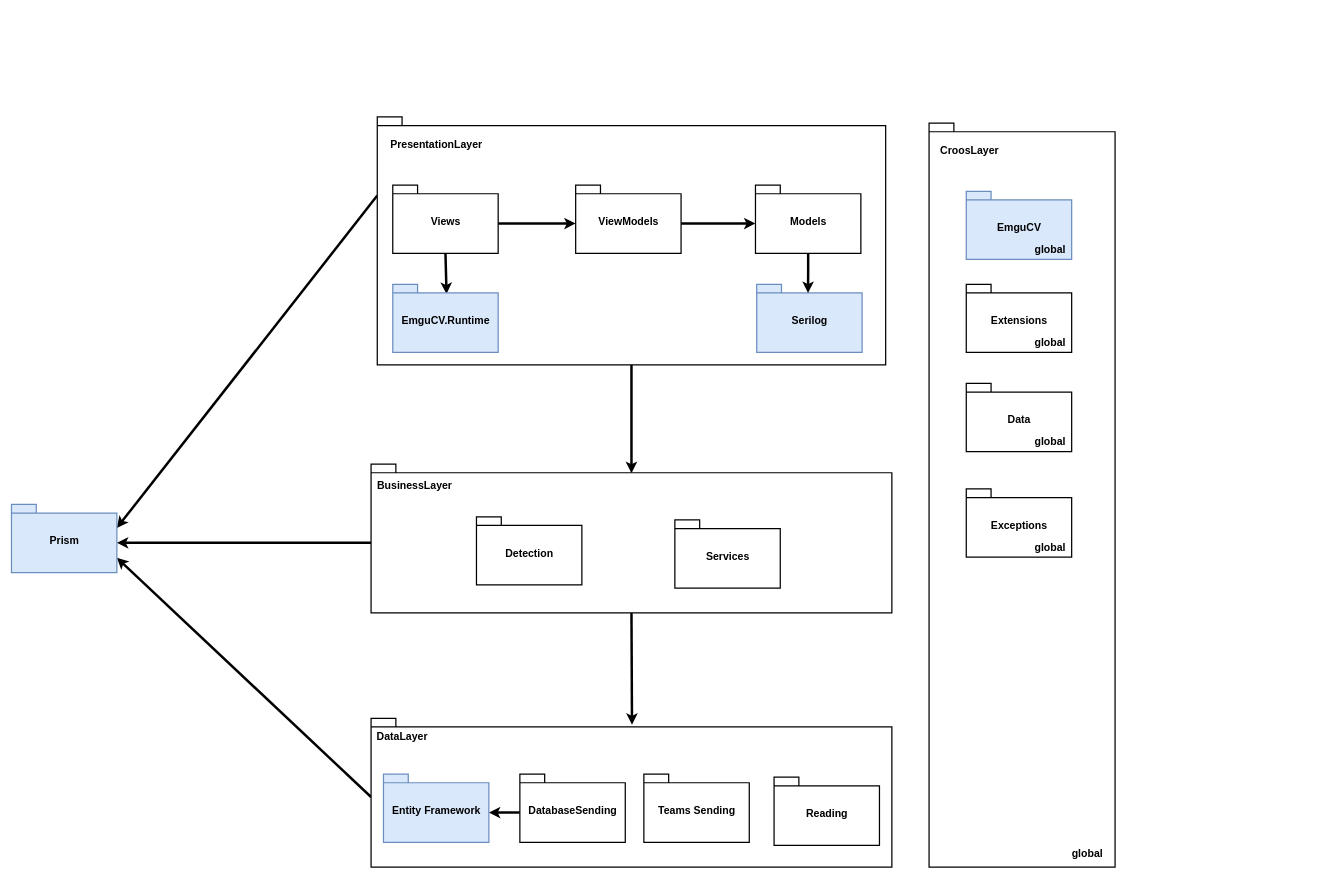
Before: page "Packets" (1 of 12) of Engineering/Packets.drawio in GoldGreen/Skeletonization, a draw.io diagram. Source tidied: cells renumbered, new cells numbered last; positions are measured from the earlier drawing's top-left corner, leaving out a move shared by most shapes. Both pictures are drawn from the tidied source at 62%, with x=0, y=0 at pixel (11, 117).
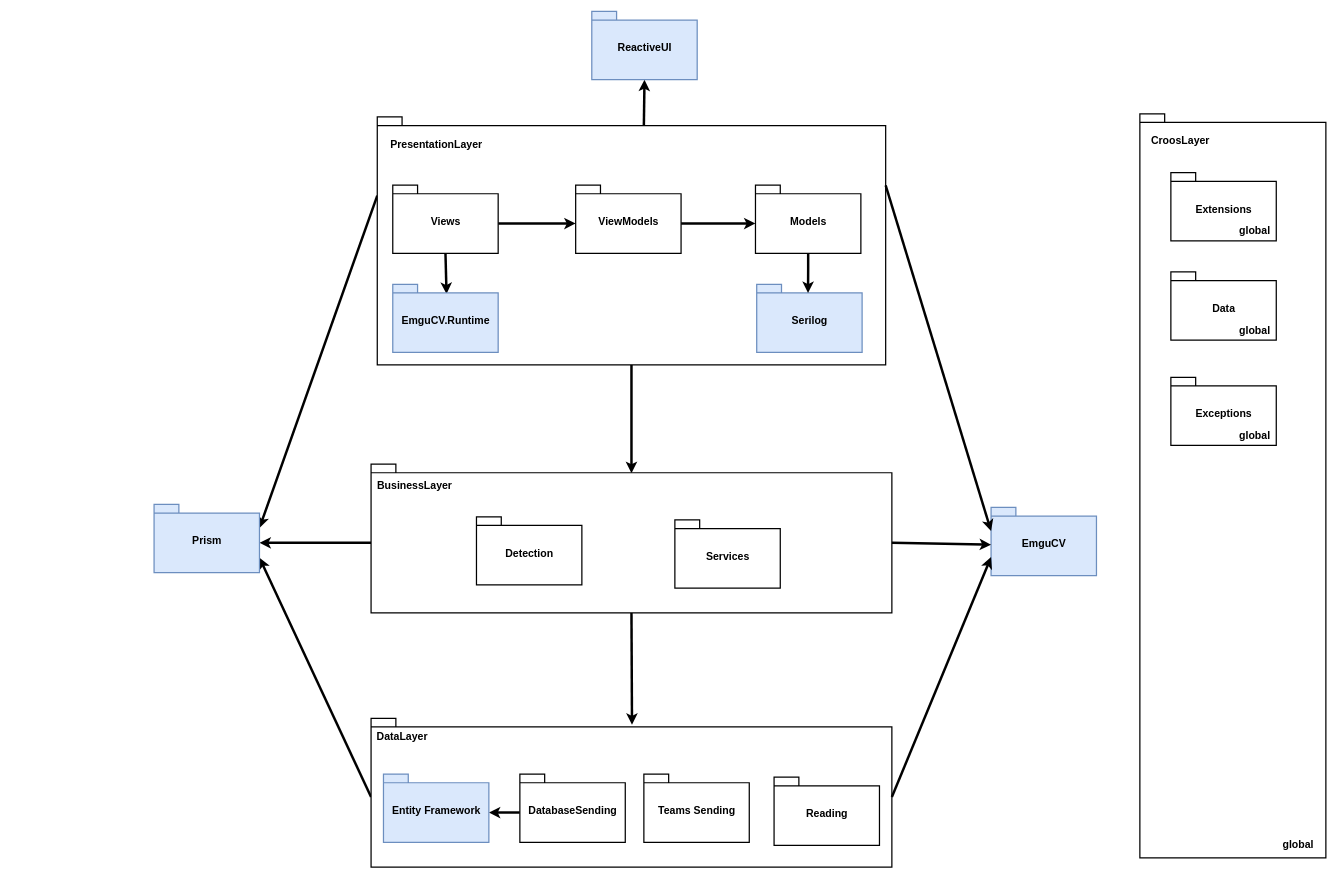
The same diagram, later.

Unchanged cells that the change refers to:
```xml
<mxCell id="4" style="shape=folder;fontStyle=1;spacingTop=10;tabWidth=40;tabHeight=14;tabPosition=left;html=1;fontSize=17;fillColor=#FFFFFF;strokeWidth=2;" parent="1" vertex="1">
  <mxGeometry x="590" width="820" height="400" as="geometry" />
</mxCell>
<mxCell id="8" style="shape=folder;fontStyle=1;spacingTop=10;tabWidth=40;tabHeight=14;tabPosition=left;html=1;fontSize=17;fillColor=#FFFFFF;strokeWidth=2;" parent="1" vertex="1">
  <mxGeometry x="580" y="560" width="840" height="240" as="geometry" />
</mxCell>
<mxCell id="11" style="shape=folder;fontStyle=1;spacingTop=10;tabWidth=40;tabHeight=14;tabPosition=left;html=1;fontSize=17;fillColor=#FFFFFF;strokeWidth=2;" parent="1" vertex="1">
  <mxGeometry x="580" y="970" width="840" height="240" as="geometry" />
</mxCell>
```

The edit, as a diff of the source:
```diff
@@
     <mxCell id="13" style="shape=folder;fontStyle=1;spacingTop=10;tabWidth=40;tabHeight=14;tabPosition=left;html=1;fontSize=17;fillColor=#FFFFFF;strokeWidth=2;" parent="1" vertex="1">
-      <mxGeometry x="1480" y="10" width="300" height="1200" as="geometry" />
+      <mxGeometry x="1820" y="-5" width="300" height="1200" as="geometry" />
     </mxCell>
     <mxCell id="14" value="CroosLayer" style="text;html=1;align=center;verticalAlign=middle;strokeColor=none;fillColor=none;fontSize=17;fontStyle=1;strokeWidth=2;" parent="1" vertex="1">
-      <mxGeometry x="1490" y="40" width="110" height="30" as="geometry" />
+      <mxGeometry x="1830" y="25" width="110" height="30" as="geometry" />
     </mxCell>
@@
     <mxCell id="27" value="Prism" style="shape=folder;fontStyle=1;spacingTop=10;tabWidth=40;tabHeight=14;tabPosition=left;html=1;fontSize=17;fillColor=#dae8fc;strokeWidth=2;strokeColor=#6c8ebf;" parent="1" vertex="1">
-      <mxGeometry y="625" width="170" height="110" as="geometry" />
+      <mxGeometry x="230" y="625" width="170" height="110" as="geometry" />
     </mxCell>
     <mxCell id="28" value="global" style="text;html=1;align=center;verticalAlign=middle;strokeColor=none;fillColor=none;fontSize=17;fontStyle=1;strokeWidth=2;" parent="1" vertex="1">
-      <mxGeometry x="1700" y="1175" width="70" height="30" as="geometry" />
+      <mxGeometry x="2040" y="1160" width="70" height="30" as="geometry" />
     </mxCell>
@@
     <mxCell id="30" value="EmguCV" style="shape=folder;fontStyle=1;spacingTop=10;tabWidth=40;tabHeight=14;tabPosition=left;html=1;fontSize=17;fillColor=#dae8fc;strokeWidth=2;strokeColor=#6c8ebf;" parent="1" vertex="1">
-      <mxGeometry x="1540" y="120" width="170" height="110" as="geometry" />
+      <mxGeometry x="1580" y="630" width="170" height="110" as="geometry" />
     </mxCell>
     <mxCell id="31" value="Extensions" style="shape=folder;fontStyle=1;spacingTop=10;tabWidth=40;tabHeight=14;tabPosition=left;html=1;fontSize=17;strokeWidth=2;" parent="1" vertex="1">
-      <mxGeometry x="1540" y="270" width="170" height="110" as="geometry" />
+      <mxGeometry x="1870" y="90" width="170" height="110" as="geometry" />
     </mxCell>
     <mxCell id="32" value="Data" style="shape=folder;fontStyle=1;spacingTop=10;tabWidth=40;tabHeight=14;tabPosition=left;html=1;fontSize=17;strokeWidth=2;" parent="1" vertex="1">
-      <mxGeometry x="1540" y="430" width="170" height="110" as="geometry" />
+      <mxGeometry x="1870" y="250" width="170" height="110" as="geometry" />
     </mxCell>
     <mxCell id="33" value="Exceptions" style="shape=folder;fontStyle=1;spacingTop=10;tabWidth=40;tabHeight=14;tabPosition=left;html=1;fontSize=17;strokeWidth=2;" parent="1" vertex="1">
-      <mxGeometry x="1540" y="600" width="170" height="110" as="geometry" />
+      <mxGeometry x="1870" y="420" width="170" height="110" as="geometry" />
     </mxCell>
@@
     <mxCell id="35" value="global" style="text;html=1;align=center;verticalAlign=middle;strokeColor=none;fillColor=none;fontSize=17;fontStyle=1;strokeWidth=2;" parent="1" vertex="1">
-      <mxGeometry x="1640" y="680" width="70" height="30" as="geometry" />
+      <mxGeometry x="1970" y="500" width="70" height="30" as="geometry" />
     </mxCell>
     <mxCell id="36" value="global" style="text;html=1;align=center;verticalAlign=middle;strokeColor=none;fillColor=none;fontSize=17;fontStyle=1;strokeWidth=2;" parent="1" vertex="1">
-      <mxGeometry x="1640" y="510" width="70" height="30" as="geometry" />
+      <mxGeometry x="1970" y="330" width="70" height="30" as="geometry" />
     </mxCell>
     <mxCell id="37" value="global" style="text;html=1;align=center;verticalAlign=middle;strokeColor=none;fillColor=none;fontSize=17;fontStyle=1;strokeWidth=2;" parent="1" vertex="1">
-      <mxGeometry x="1640" y="350" width="70" height="30" as="geometry" />
+      <mxGeometry x="1970" y="170" width="70" height="30" as="geometry" />
     </mxCell>
-    <mxCell id="38" value="global" style="text;html=1;align=center;verticalAlign=middle;strokeColor=none;fillColor=none;fontSize=17;fontStyle=1;strokeWidth=2;" parent="1" vertex="1">
-      <mxGeometry x="1640" y="200" width="70" height="30" as="geometry" />
-    </mxCell>
@@
+    <mxCell id="41" style="rounded=0;jettySize=auto;html=1;exitX=0;exitY=0;exitDx=430;exitDy=14;exitPerimeter=0;fontSize=17;strokeWidth=4;fontStyle=1;entryX=0.5;entryY=1;entryDx=0;entryDy=0;entryPerimeter=0;" parent="1" edge="1" source="4" target="42">
+      <mxGeometry relative="1" as="geometry" />
+    </mxCell>
+    <mxCell id="42" value="ReactiveUI" style="shape=folder;fontStyle=1;spacingTop=10;tabWidth=40;tabHeight=14;tabPosition=left;html=1;fontSize=17;fillColor=#dae8fc;strokeWidth=2;strokeColor=#6c8ebf;" parent="1" vertex="1">
+      <mxGeometry x="936" y="-170" width="170" height="110" as="geometry" />
+    </mxCell>
+    <mxCell id="43" style="rounded=0;jettySize=auto;html=1;exitX=0;exitY=0;exitDx=820;exitDy=110.5;exitPerimeter=0;entryX=0;entryY=0;entryDx=0;entryDy=38;entryPerimeter=0;fontSize=17;strokeWidth=4;fontStyle=1;" parent="1" edge="1" source="4" target="30">
+      <mxGeometry relative="1" as="geometry" />
+    </mxCell>
+    <mxCell id="44" style="rounded=0;jettySize=auto;html=1;exitX=0;exitY=0;exitDx=840;exitDy=127;exitPerimeter=0;fontSize=17;strokeWidth=4;fontStyle=1;" parent="1" edge="1" source="8">
+      <mxGeometry relative="1" as="geometry">
+        <mxPoint x="1580" y="690" as="targetPoint" />
+      </mxGeometry>
+    </mxCell>
+    <mxCell id="45" style="rounded=0;jettySize=auto;html=1;exitX=0;exitY=0;exitDx=840;exitDy=127;exitPerimeter=0;fontSize=17;strokeWidth=4;fontStyle=1;" parent="1" edge="1" source="11">
+      <mxGeometry relative="1" as="geometry">
+        <mxPoint x="1580" y="710" as="targetPoint" />
+      </mxGeometry>
+    </mxCell>
```
